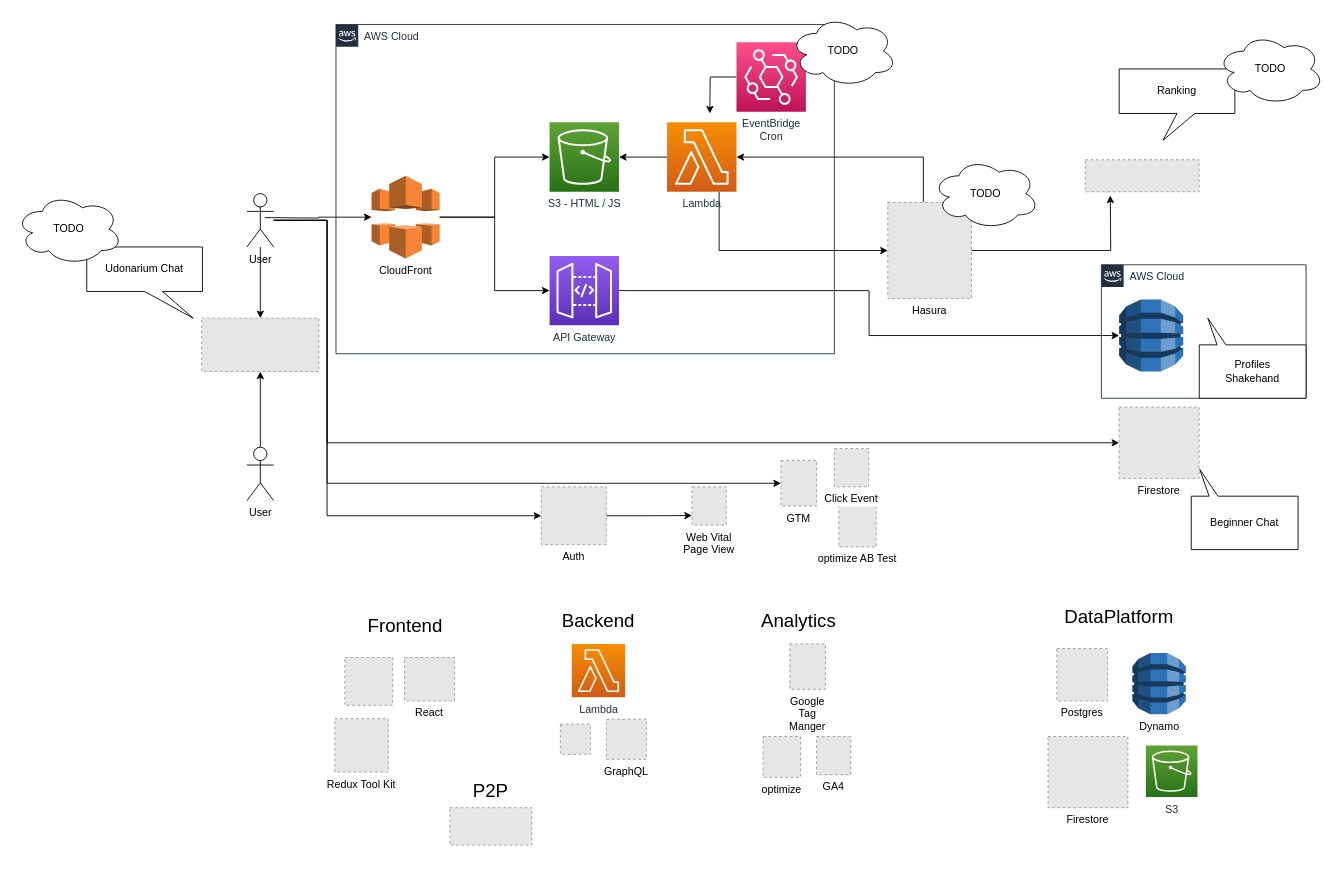
Above: page "services" (1 of 2) of docs/drawio/architechture.drawio in hibohiboo/friends-sold-separately (draw.io), before the change. Source tidied: cells renumbered, new cells numbered last; positions are measured from the earlier drawing's top-left corner, leaving out a move shared by most shapes. Both pictures are drawn from the tidied source at 89%, with x=0, y=0 at pixel (15, 15). Pictures stored in the file or linked from it are replaced by grey dashed boxes.
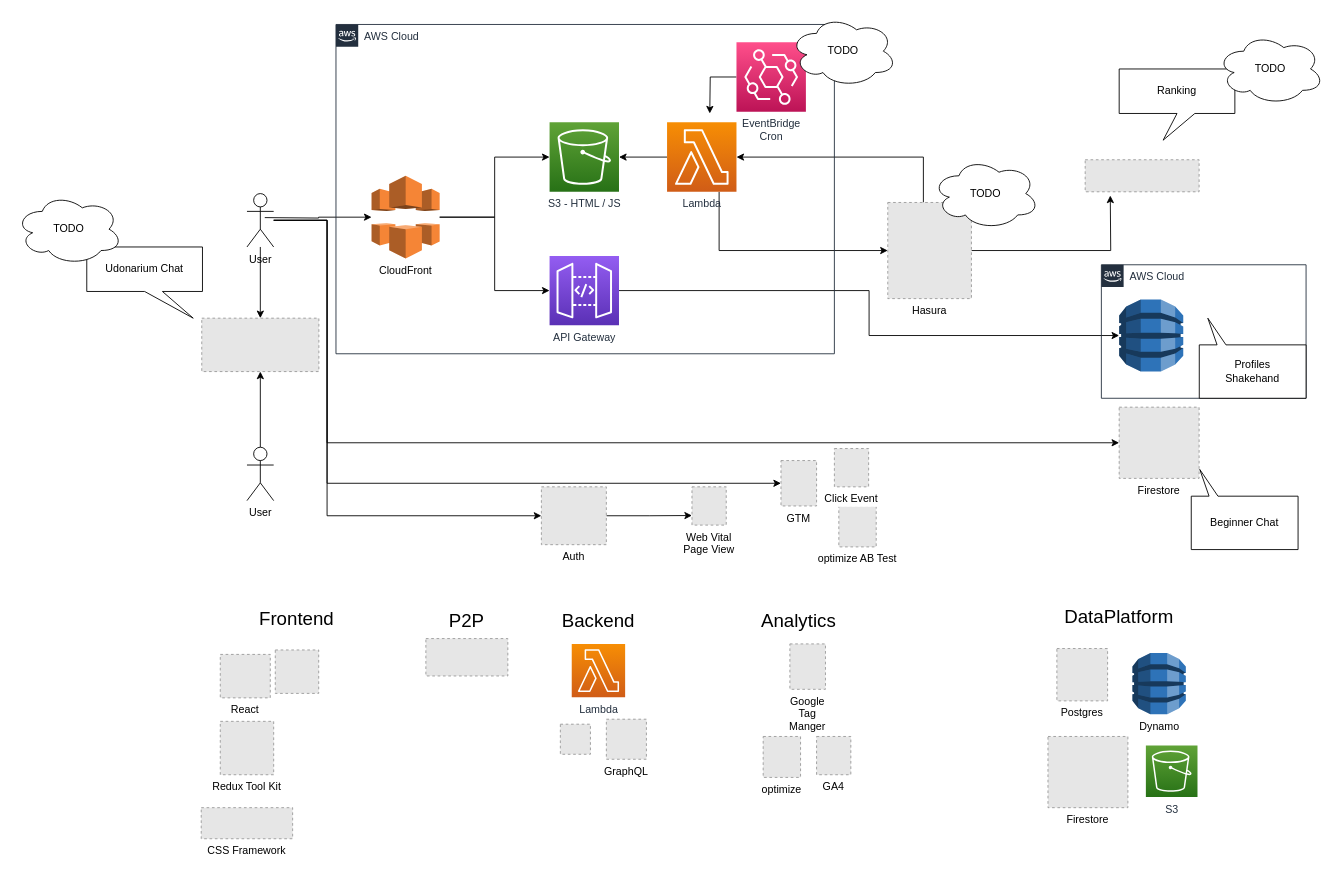
The same page after the edit.

The edit, as a diff of the source:
```diff
@@
     <mxCell id="16" value="Frontend" style="text;html=1;strokeColor=none;fillColor=none;align=center;verticalAlign=middle;whiteSpace=wrap;rounded=0;fontSize=21;" parent="1" vertex="1">
-      <mxGeometry x="408.2" y="670" width="60" height="30" as="geometry" />
+      <mxGeometry x="286.2" y="661.5" width="60" height="30" as="geometry" />
     </mxCell>
@@
     <mxCell id="28" style="fillColor=#E6E6E6;strokeColor=#999999;dashed=1;verticalLabelPosition=bottom;labelBackgroundColor=default;verticalAlign=top;" parent="1" vertex="1">
-      <mxGeometry x="370" y="721.2" width="53.8" height="53.8" as="geometry" />
+      <mxGeometry x="291.8" y="712.8" width="48.8" height="48.8" as="geometry" />
     </mxCell>
     <mxCell id="29" value="React" style="fillColor=#E6E6E6;strokeColor=#999999;dashed=1;verticalLabelPosition=bottom;labelBackgroundColor=default;verticalAlign=top;" parent="1" vertex="1">
-      <mxGeometry x="437" y="721.2" width="56.2" height="48.8" as="geometry" />
+      <mxGeometry x="230" y="717.8" width="56.2" height="48.8" as="geometry" />
     </mxCell>
     <mxCell id="30" value="Redux Tool Kit" style="fillColor=#E6E6E6;strokeColor=#999999;dashed=1;verticalLabelPosition=bottom;labelBackgroundColor=default;verticalAlign=top;" parent="1" vertex="1">
-      <mxGeometry x="358.8" y="790" width="60" height="60" as="geometry" />
+      <mxGeometry x="230" y="793" width="60" height="60" as="geometry" />
     </mxCell>
@@
+    <mxCell id="66" value="CSS Framework" style="fillColor=#E6E6E6;strokeColor=#999999;dashed=1;verticalLabelPosition=bottom;labelBackgroundColor=default;verticalAlign=top;" parent="1" vertex="1">
+      <mxGeometry x="208.6" y="890" width="102.7" height="34.9" as="geometry" />
+    </mxCell>
@@
     <mxCell id="63" value="P2P" style="text;html=1;strokeColor=none;fillColor=none;align=center;verticalAlign=middle;whiteSpace=wrap;rounded=0;fontSize=21;" parent="57" vertex="1">
-      <mxGeometry x="504.1" y="850" width="60" height="40" as="geometry" />
+      <mxGeometry x="477.1" y="660" width="60" height="40" as="geometry" />
     </mxCell>
     <mxCell id="64" style="fillColor=#E6E6E6;strokeColor=#999999;dashed=1;verticalLabelPosition=bottom;labelBackgroundColor=default;verticalAlign=top;" parent="57" vertex="1">
-      <mxGeometry x="488" y="890" width="92.1" height="42" as="geometry" />
+      <mxGeometry x="461" y="700" width="92.1" height="42" as="geometry" />
     </mxCell>
```
